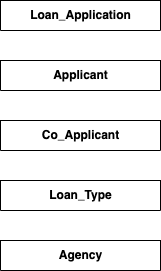
The draw.io diagram Untitled Diagram.drawio.png in nivasharmaa/CS336-Project0-group43, before a commit. Source tidied: cells renumbered, new cells last; positions are measured from the earlier drawing's top-left corner, leaving out a move shared by most shapes. The source it was exported from:
```xml
<mxGraphModel>
  <root>
    <mxCell id="0" />
    <mxCell id="1" parent="0" />
    <mxCell id="2" value="Loan&lt;span class=&quot;hljs-emphasis&quot;&gt;_Application&lt;/span&gt;" style="shape=table;startSize=30;rowLines=0;fontStyle=1;align=center;html=1;" parent="1" vertex="1" collapsed="1">
      <mxGeometry width="160" height="30" as="geometry" />
    </mxCell>
    <mxCell id="3" value="Applicant" style="shape=table;startSize=30;rowLines=0;fontStyle=1;align=center;html=1;" parent="1" vertex="1" collapsed="1">
      <mxGeometry y="60" width="160" height="30" as="geometry" />
    </mxCell>
    <mxCell id="4" value="Co&lt;span class=&quot;hljs-emphasis&quot;&gt;_Applicant&lt;/span&gt;" style="shape=table;startSize=30;rowLines=0;fontStyle=1;align=center;html=1;" parent="1" vertex="1" collapsed="1">
      <mxGeometry y="120" width="160" height="30" as="geometry" />
    </mxCell>
    <mxCell id="5" value="Loan_Type" style="shape=table;startSize=30;rowLines=0;fontStyle=1;align=center;html=1;" parent="1" vertex="1" collapsed="1">
      <mxGeometry y="180" width="160" height="30" as="geometry" />
    </mxCell>
    <mxCell id="6" value="Agency" style="shape=table;startSize=30;rowLines=0;fontStyle=1;align=center;html=1;" parent="1" vertex="1" collapsed="1">
      <mxGeometry y="240" width="160" height="30" as="geometry" />
    </mxCell>
  </root>
</mxGraphModel>
```
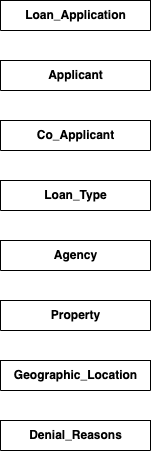
Above is the later version.

The edit, as a diff of the source:
```diff
@@ -3,19 +3,28 @@
     <mxCell id="0" />
     <mxCell id="1" parent="0" />
     <mxCell id="2" value="Loan&lt;span class=&quot;hljs-emphasis&quot;&gt;_Application&lt;/span&gt;" style="shape=table;startSize=30;rowLines=0;fontStyle=1;align=center;html=1;" parent="1" vertex="1" collapsed="1">
-      <mxGeometry width="160" height="30" as="geometry" />
+      <mxGeometry width="150" height="30" as="geometry" />
     </mxCell>
     <mxCell id="3" value="Applicant" style="shape=table;startSize=30;rowLines=0;fontStyle=1;align=center;html=1;" parent="1" vertex="1" collapsed="1">
-      <mxGeometry y="60" width="160" height="30" as="geometry" />
+      <mxGeometry y="60" width="150" height="30" as="geometry" />
     </mxCell>
     <mxCell id="4" value="Co&lt;span class=&quot;hljs-emphasis&quot;&gt;_Applicant&lt;/span&gt;" style="shape=table;startSize=30;rowLines=0;fontStyle=1;align=center;html=1;" parent="1" vertex="1" collapsed="1">
-      <mxGeometry y="120" width="160" height="30" as="geometry" />
+      <mxGeometry y="120" width="150" height="30" as="geometry" />
     </mxCell>
     <mxCell id="5" value="Loan_Type" style="shape=table;startSize=30;rowLines=0;fontStyle=1;align=center;html=1;" parent="1" vertex="1" collapsed="1">
-      <mxGeometry y="180" width="160" height="30" as="geometry" />
+      <mxGeometry y="180" width="150" height="30" as="geometry" />
     </mxCell>
     <mxCell id="6" value="Agency" style="shape=table;startSize=30;rowLines=0;fontStyle=1;align=center;html=1;" parent="1" vertex="1" collapsed="1">
-      <mxGeometry y="240" width="160" height="30" as="geometry" />
+      <mxGeometry y="240" width="150" height="30" as="geometry" />
     </mxCell>
+    <mxCell id="7" value="Property" style="shape=table;startSize=30;rowLines=0;fontStyle=1;align=center;html=1;" parent="1" vertex="1" collapsed="1">
+      <mxGeometry y="300" width="150" height="30" as="geometry" />
+    </mxCell>
+    <mxCell id="8" value="Geographic&lt;span class=&quot;hljs-emphasis&quot;&gt;_Location&lt;/span&gt;" style="shape=table;startSize=30;rowLines=0;fontStyle=1;align=center;html=1;" parent="1" vertex="1" collapsed="1">
+      <mxGeometry y="360" width="150" height="30" as="geometry" />
+    </mxCell>
+    <mxCell id="9" value="Denial&lt;span class=&quot;hljs-emphasis&quot;&gt;_Reasons&lt;/span&gt;" style="shape=table;startSize=30;rowLines=0;fontStyle=1;align=center;html=1;" parent="1" vertex="1" collapsed="1">
+      <mxGeometry y="420" width="150" height="30" as="geometry" />
+    </mxCell>
   </root>
 </mxGraphModel>
```
